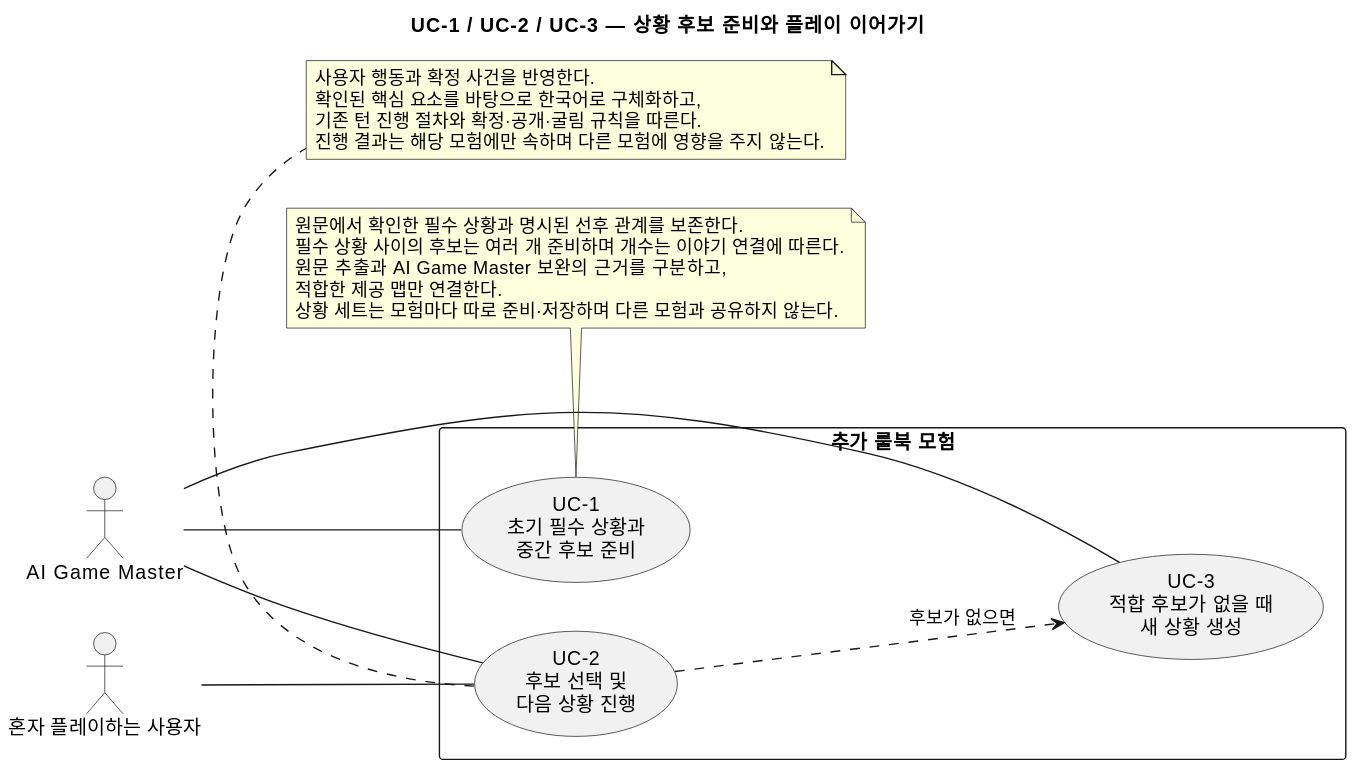
This is docs/specs/scenario-situation-candidates/diagrams/product/UC-1.usecase.svg from omegafrog/dnd-master, a PlantUML export, as it was before one commit. The source it was exported from:
```plantuml
@startuml
title UC-1 / UC-2 / UC-3 — 상황 후보 준비와 플레이 이어가기
left to right direction
actor "혼자 플레이하는 사용자" as Player
actor "AI Game Master" as GM
rectangle "추가 룰북 모험" {
  usecase "UC-1\n초기 필수 상황과\n중간 후보 준비" as UC1
  usecase "UC-2\n후보 선택 및\n다음 상황 진행" as UC2
  usecase "UC-3\n적합 후보가 없을 때\n새 상황 생성" as UC3
}
Player -- UC2
GM -- UC1
GM -- UC2
GM -- UC3
UC2 ..> UC3 : 후보가 없으면
note bottom of UC1
  원문에서 확인한 필수 상황과 명시된 선후 관계를 보존한다.
  필수 상황 사이의 후보는 여러 개 준비하며 개수는 이야기 연결에 따른다.
  원문 추출과 AI Game Master 보완의 근거를 구분하고,
  적합한 제공 맵만 연결한다.
  상황 세트는 모험마다 따로 준비·저장하며 다른 모험과 공유하지 않는다.
end note
note bottom of UC2
  사용자 행동과 확정 사건을 반영한다.
  확인된 핵심 요소를 바탕으로 한국어로 구체화하고,
  기존 턴 진행 절차와 확정·공개·굴림 규칙을 따른다.
  진행 결과는 해당 모험에만 속하며 다른 모험에 영향을 주지 않는다.
end note
@enduml
```
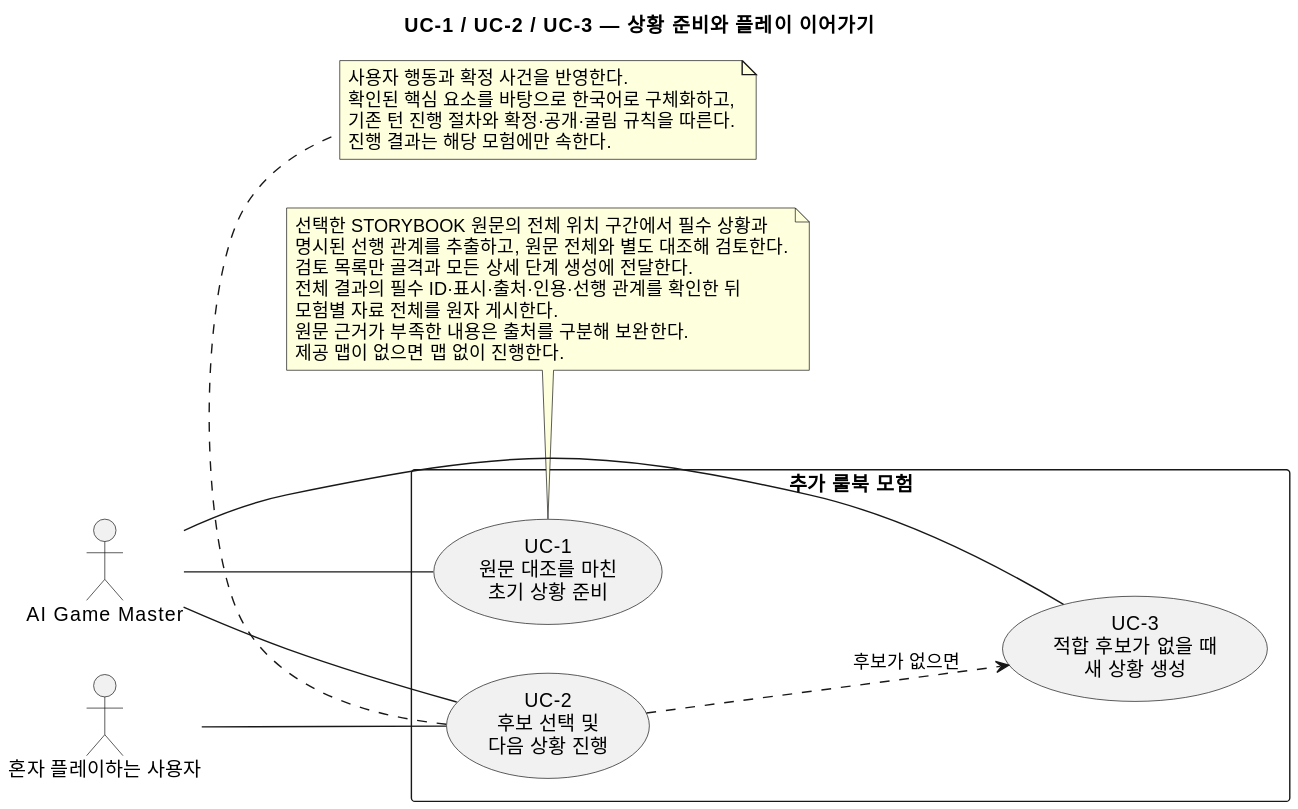
Later version of the same file.

The edit, as a diff of the source:
```diff
@@ -1,10 +1,10 @@
 @startuml
-title UC-1 / UC-2 / UC-3 — 상황 후보 준비와 플레이 이어가기
+title UC-1 / UC-2 / UC-3 — 상황 준비와 플레이 이어가기
 left to right direction
 actor "혼자 플레이하는 사용자" as Player
 actor "AI Game Master" as GM
 rectangle "추가 룰북 모험" {
-  usecase "UC-1\n초기 필수 상황과\n중간 후보 준비" as UC1
+  usecase "UC-1\n원문 대조를 마친\n초기 상황 준비" as UC1
   usecase "UC-2\n후보 선택 및\n다음 상황 진행" as UC2
   usecase "UC-3\n적합 후보가 없을 때\n새 상황 생성" as UC3
 }
@@ -14,16 +14,18 @@
 GM -- UC3
 UC2 ..> UC3 : 후보가 없으면
 note bottom of UC1
-  원문에서 확인한 필수 상황과 명시된 선후 관계를 보존한다.
-  필수 상황 사이의 후보는 여러 개 준비하며 개수는 이야기 연결에 따른다.
-  원문 추출과 AI Game Master 보완의 근거를 구분하고,
-  적합한 제공 맵만 연결한다.
-  상황 세트는 모험마다 따로 준비·저장하며 다른 모험과 공유하지 않는다.
+  선택한 STORYBOOK 원문의 전체 위치 구간에서 필수 상황과
+  명시된 선행 관계를 추출하고, 원문 전체와 별도 대조해 검토한다.
+  검토 목록만 골격과 모든 상세 단계 생성에 전달한다.
+  전체 결과의 필수 ID·표시·출처·인용·선행 관계를 확인한 뒤
+  모험별 자료 전체를 원자 게시한다.
+  원문 근거가 부족한 내용은 출처를 구분해 보완한다.
+  제공 맵이 없으면 맵 없이 진행한다.
 end note
 note bottom of UC2
   사용자 행동과 확정 사건을 반영한다.
   확인된 핵심 요소를 바탕으로 한국어로 구체화하고,
   기존 턴 진행 절차와 확정·공개·굴림 규칙을 따른다.
-  진행 결과는 해당 모험에만 속하며 다른 모험에 영향을 주지 않는다.
+  진행 결과는 해당 모험에만 속한다.
 end note
 @enduml
```
